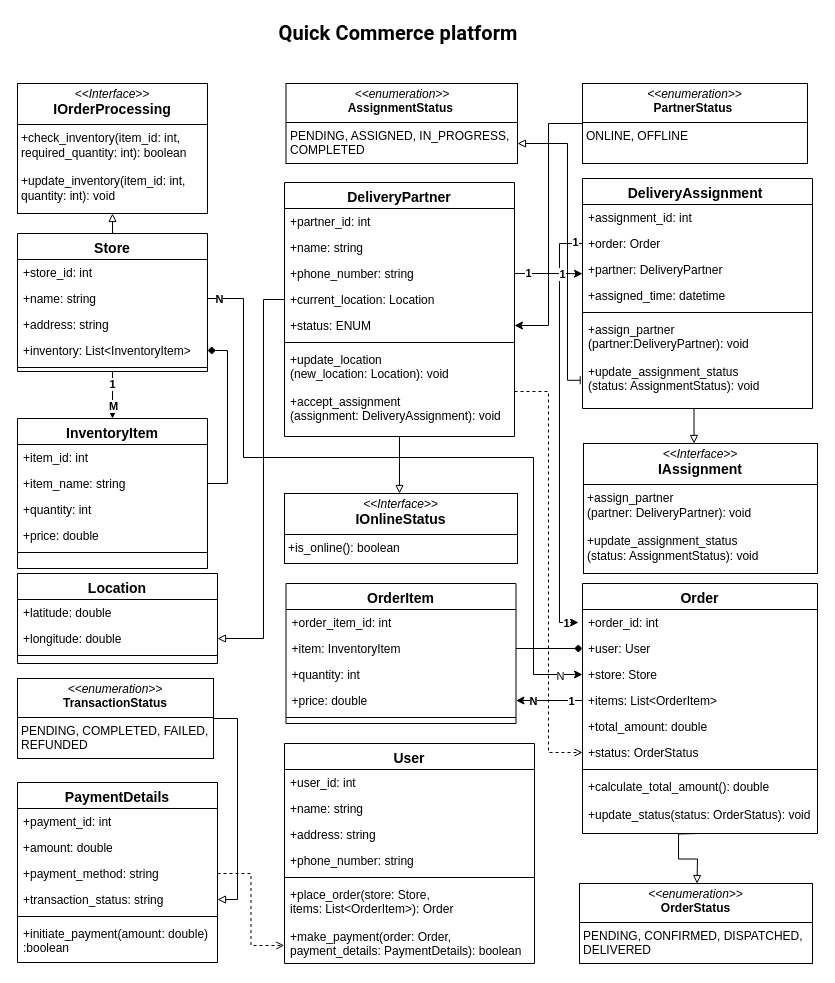
Before: Quick Commerce platform Class Diagram.drawio in geeky-sanjay/class-diagrams, a draw.io diagram. Source tidied: cells renumbered, new cells numbered last; positions are measured from the earlier drawing's top-left corner, leaving out a move shared by most shapes. Both pictures are drawn from the tidied source at 100%, with x=0, y=0 at pixel (17, 17).
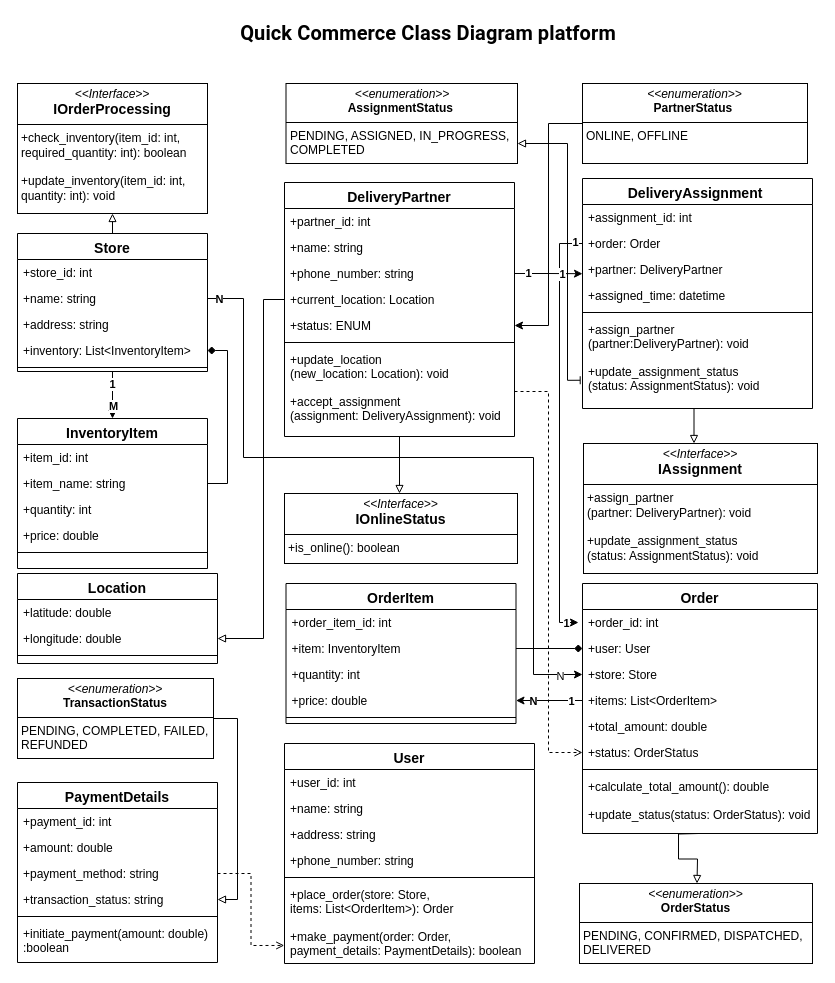
The same diagram, later.

The edit, as a diff of the source:
```diff
@@
-    <mxCell id="92" value="&lt;span style=&quot;font-family: &amp;quot;Source Sans Pro&amp;quot;, Roboto, Arial, sans-serif; font-weight: 600; letter-spacing: 0.1px; text-align: start; background-color: rgb(255, 255, 255);&quot;&gt;&lt;font style=&quot;font-size: 20px;&quot;&gt;Quick Commerce platform&lt;/font&gt;&lt;/span&gt;" style="text;html=1;align=center;verticalAlign=middle;whiteSpace=wrap;rounded=0;fontSize=11;" parent="1" vertex="1">
-      <mxGeometry x="216" width="330" height="30" as="geometry" />
+    <mxCell id="92" value="&lt;span style=&quot;font-family: &amp;quot;Source Sans Pro&amp;quot;, Roboto, Arial, sans-serif; font-weight: 600; letter-spacing: 0.1px; text-align: start; background-color: rgb(255, 255, 255);&quot;&gt;&lt;font style=&quot;font-size: 20px;&quot;&gt;Quick Commerce Class Diagram platform&lt;/font&gt;&lt;/span&gt;" style="text;html=1;align=center;verticalAlign=middle;whiteSpace=wrap;rounded=0;fontSize=11;" parent="1" vertex="1">
+      <mxGeometry x="216" width="390" height="30" as="geometry" />
     </mxCell>
```
